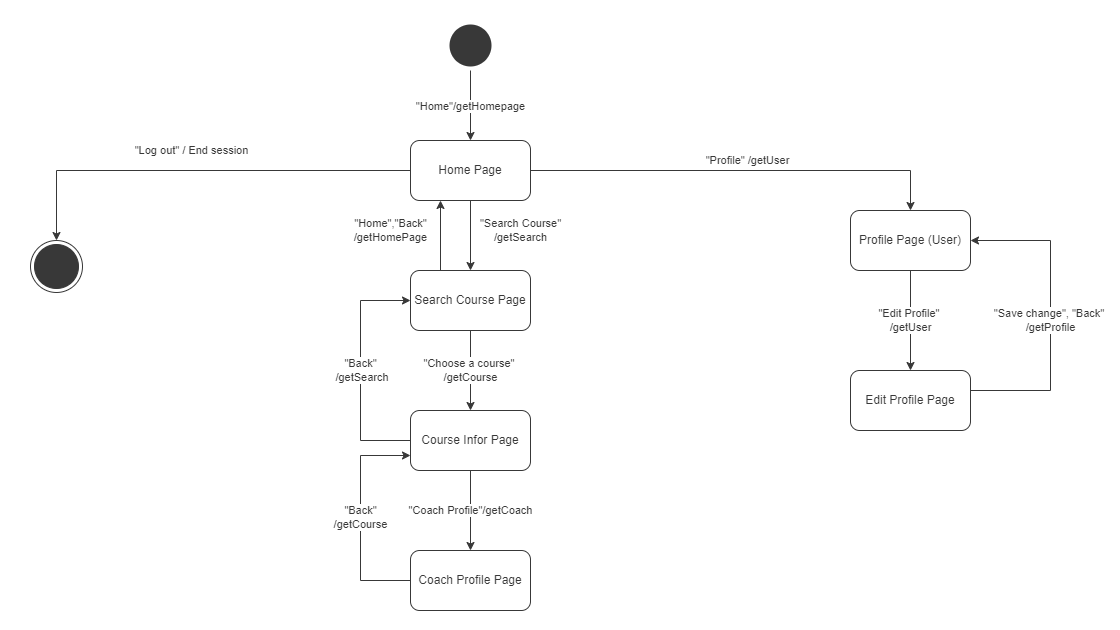
Earlier version of the draw.io export Image/UI/diagram/user.png (kaitouz/ESportNetwork). Source tidied: cells renumbered, new cells last; positions are measured from the earlier drawing's top-left corner, leaving out a move shared by most shapes. Its diagram source:
```xml
<mxGraphModel background="#FFFFFF">
  <root>
    <mxCell id="0" />
    <mxCell id="1" parent="0" />
    <mxCell id="2" value="&quot;Home&quot;/getHomepage" style="edgeStyle=orthogonalEdgeStyle;rounded=0;jettySize=auto;html=1;strokeColor=#383838;labelBackgroundColor=#FFFFFF;fontColor=#383838;" parent="1" edge="1" source="3" target="7">
      <mxGeometry relative="1" as="geometry" />
    </mxCell>
    <mxCell id="3" style="ellipse;shape=startState;fillColor=#383838;strokeColor=none;" parent="1" vertex="1">
      <mxGeometry x="415" width="50" height="50" as="geometry" />
    </mxCell>
    <mxCell id="4" value="&quot;Log out&quot; / End session" style="edgeStyle=orthogonalEdgeStyle;rounded=0;jettySize=auto;html=1;exitX=0;exitY=0.5;exitDx=0;exitDy=0;entryX=0.5;entryY=0;entryDx=0;entryDy=0;labelBackgroundColor=#FFFFFF;fontColor=#383838;strokeColor=#383838;" parent="1" edge="1" source="7" target="8">
      <mxGeometry x="0.03" y="-20" relative="1" as="geometry" />
    </mxCell>
    <mxCell id="5" value="&quot;Profile&quot; /getUser" style="edgeStyle=orthogonalEdgeStyle;rounded=0;jettySize=auto;html=1;labelBackgroundColor=#FFFFFF;fontColor=#383838;strokeColor=#383838;" parent="1" edge="1" source="7" target="10">
      <mxGeometry x="0.04" y="10" relative="1" as="geometry" />
    </mxCell>
    <mxCell id="6" value="&quot;Search Course&quot;&lt;br&gt;/getSearch" style="edgeStyle=orthogonalEdgeStyle;rounded=0;jettySize=auto;html=1;labelBackgroundColor=#FFFFFF;fontColor=#383838;strokeColor=#383838;" parent="1" edge="1" source="7" target="15">
      <mxGeometry x="-0.14" y="50" relative="1" as="geometry" />
    </mxCell>
    <mxCell id="7" value="Home Page" style="whiteSpace=wrap;html=1;strokeColor=#383838;fillColor=#FFFFFF;rounded=1;fontColor=#383838;" parent="1" vertex="1">
      <mxGeometry x="380" y="120" width="120" height="60" as="geometry" />
    </mxCell>
    <mxCell id="8" style="ellipse;shape=endState;fillColor=#383838;strokeColor=#383838;" parent="1" vertex="1">
      <mxGeometry y="220" width="52" height="52" as="geometry" />
    </mxCell>
    <mxCell id="9" value="&quot;Edit Profile&quot;&amp;nbsp;&lt;br&gt;/getUser" style="edgeStyle=orthogonalEdgeStyle;rounded=0;jettySize=auto;html=1;labelBackgroundColor=#FFFFFF;fontColor=#383838;strokeColor=#383838;" parent="1" edge="1" source="10" target="12">
      <mxGeometry relative="1" as="geometry" />
    </mxCell>
    <mxCell id="10" value="Profile Page (User)" style="whiteSpace=wrap;html=1;rounded=1;fontColor=#383838;strokeColor=#383838;fillColor=#FFFFFF;" parent="1" vertex="1">
      <mxGeometry x="820" y="190" width="120" height="60" as="geometry" />
    </mxCell>
    <mxCell id="11" value="&quot;Save change&quot;, &quot;Back&quot; &lt;br&gt;/getProfile" style="edgeStyle=orthogonalEdgeStyle;rounded=0;jettySize=auto;html=1;exitX=1;exitY=0.5;exitDx=0;exitDy=0;entryX=1;entryY=0.5;entryDx=0;entryDy=0;labelBackgroundColor=#FFFFFF;fontColor=#383838;strokeColor=#383838;" parent="1" edge="1" source="12" target="10">
      <mxGeometry relative="1" as="geometry">
        <Array as="points">
          <mxPoint x="940" y="370" />
          <mxPoint x="1020" y="370" />
          <mxPoint x="1020" y="220" />
        </Array>
      </mxGeometry>
    </mxCell>
    <mxCell id="12" value="Edit Profile Page" style="whiteSpace=wrap;html=1;rounded=1;fontColor=#383838;strokeColor=#383838;fillColor=#FFFFFF;" parent="1" vertex="1">
      <mxGeometry x="820" y="350" width="120" height="60" as="geometry" />
    </mxCell>
    <mxCell id="13" value="&quot;Choose a course&quot; &lt;br&gt;/getCourse" style="edgeStyle=orthogonalEdgeStyle;rounded=0;jettySize=auto;html=1;labelBackgroundColor=#FFFFFF;fontColor=#383838;strokeColor=#383838;" parent="1" edge="1" source="15" target="18">
      <mxGeometry relative="1" as="geometry" />
    </mxCell>
    <mxCell id="14" value="&quot;Home&quot;,&quot;Back&quot;&lt;br&gt;/getHomePage" style="edgeStyle=orthogonalEdgeStyle;rounded=0;jettySize=auto;html=1;exitX=0.25;exitY=0;exitDx=0;exitDy=0;entryX=0.25;entryY=1;entryDx=0;entryDy=0;labelBackgroundColor=#FFFFFF;fontColor=#383838;strokeColor=#383838;" parent="1" edge="1" source="15" target="7">
      <mxGeometry x="0.14" y="50" relative="1" as="geometry" />
    </mxCell>
    <mxCell id="15" value="Search Course Page" style="whiteSpace=wrap;html=1;rounded=1;fontColor=#383838;strokeColor=#383838;fillColor=#FFFFFF;" parent="1" vertex="1">
      <mxGeometry x="380" y="250" width="120" height="60" as="geometry" />
    </mxCell>
    <mxCell id="16" value="&quot;Coach Profile&quot;/getCoach" style="edgeStyle=orthogonalEdgeStyle;rounded=0;jettySize=auto;html=1;labelBackgroundColor=#FFFFFF;fontColor=#383838;strokeColor=#383838;" parent="1" edge="1" source="18" target="20">
      <mxGeometry relative="1" as="geometry" />
    </mxCell>
    <mxCell id="17" value="&quot;Back&quot;&lt;br&gt;&amp;nbsp;/getSearch" style="edgeStyle=orthogonalEdgeStyle;rounded=0;jettySize=auto;html=1;exitX=0;exitY=0.5;exitDx=0;exitDy=0;entryX=0;entryY=0.5;entryDx=0;entryDy=0;labelBackgroundColor=#FFFFFF;fontColor=#383838;strokeColor=#383838;" parent="1" edge="1" source="18" target="15">
      <mxGeometry relative="1" as="geometry">
        <Array as="points">
          <mxPoint x="330" y="420" />
          <mxPoint x="330" y="280" />
        </Array>
      </mxGeometry>
    </mxCell>
    <mxCell id="18" value="Course Infor Page" style="whiteSpace=wrap;html=1;rounded=1;fontColor=#383838;strokeColor=#383838;fillColor=#FFFFFF;" parent="1" vertex="1">
      <mxGeometry x="380" y="390" width="120" height="60" as="geometry" />
    </mxCell>
    <mxCell id="19" value="&quot;Back&quot;&lt;br&gt;/getCourse" style="edgeStyle=orthogonalEdgeStyle;rounded=0;jettySize=auto;html=1;exitX=0;exitY=0.5;exitDx=0;exitDy=0;entryX=0;entryY=0.75;entryDx=0;entryDy=0;labelBackgroundColor=#FFFFFF;fontColor=#383838;strokeColor=#383838;" parent="1" edge="1" source="20" target="18">
      <mxGeometry relative="1" as="geometry">
        <Array as="points">
          <mxPoint x="330" y="560" />
          <mxPoint x="330" y="435" />
        </Array>
      </mxGeometry>
    </mxCell>
    <mxCell id="20" value="Coach Profile Page" style="whiteSpace=wrap;html=1;rounded=1;fontColor=#383838;strokeColor=#383838;fillColor=#FFFFFF;" parent="1" vertex="1">
      <mxGeometry x="380" y="530" width="120" height="60" as="geometry" />
    </mxCell>
  </root>
</mxGraphModel>
```
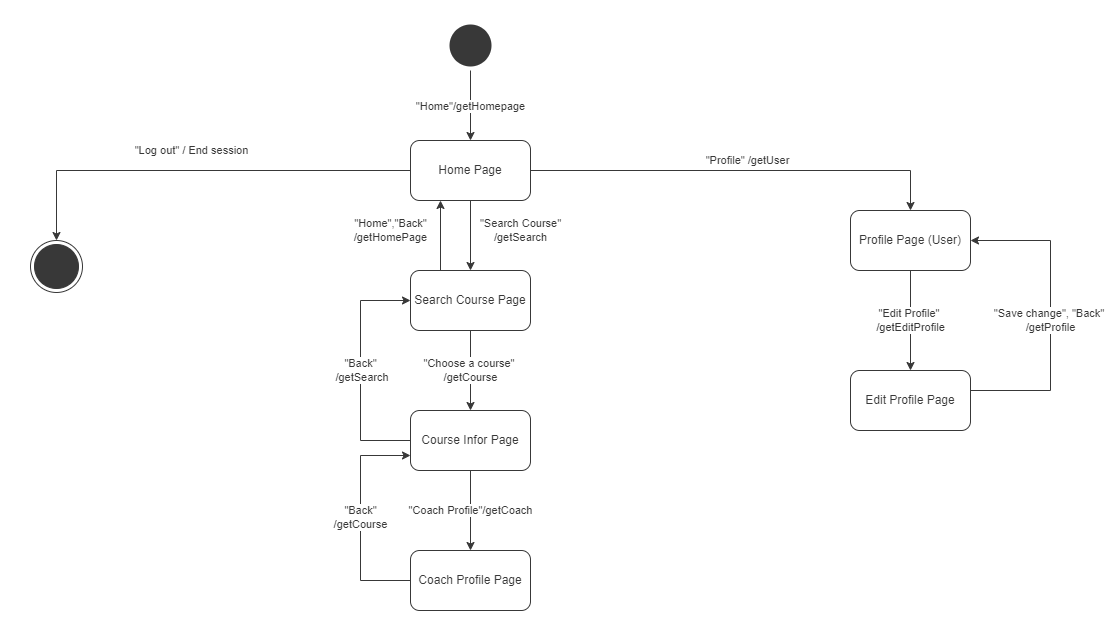
The same diagram one commit later.

The edit, as a diff of the source:
```diff
@@ -23,7 +23,7 @@
     <mxCell id="8" style="ellipse;shape=endState;fillColor=#383838;strokeColor=#383838;" parent="1" vertex="1">
       <mxGeometry y="220" width="52" height="52" as="geometry" />
     </mxCell>
-    <mxCell id="9" value="&quot;Edit Profile&quot;&amp;nbsp;&lt;br&gt;/getUser" style="edgeStyle=orthogonalEdgeStyle;rounded=0;jettySize=auto;html=1;labelBackgroundColor=#FFFFFF;fontColor=#383838;strokeColor=#383838;" parent="1" edge="1" source="10" target="12">
+    <mxCell id="9" value="&quot;Edit Profile&quot;&amp;nbsp;&lt;br&gt;/getEditProfile" style="edgeStyle=orthogonalEdgeStyle;rounded=0;jettySize=auto;html=1;labelBackgroundColor=#FFFFFF;fontColor=#383838;strokeColor=#383838;" parent="1" edge="1" source="10" target="12">
       <mxGeometry relative="1" as="geometry" />
     </mxCell>
     <mxCell id="10" value="Profile Page (User)" style="whiteSpace=wrap;html=1;rounded=1;fontColor=#383838;strokeColor=#383838;fillColor=#FFFFFF;" parent="1" vertex="1">
```
